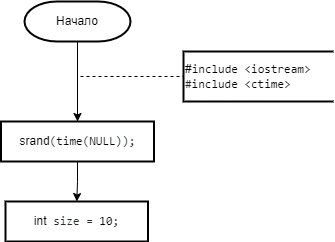
Above: Labs/4 Лаба/№2 Работа с одномерными массивами.png in IlyaFedoseev227/LABS-PNRPU-IVT-22-1b (draw.io), before the change. Source tidied: cells renumbered, new cells last; positions are measured from the earlier drawing's top-left corner, leaving out a move shared by most shapes.
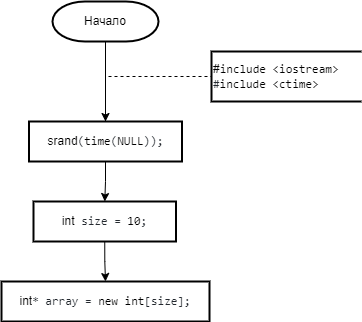
The same file after the commit.

The edit, as a diff of the source:
```diff
@@ -24,8 +24,14 @@
     <mxCell id="7" value="#&lt;span style=&quot;box-sizing: border-box; color: var(--color-prettylights-syntax-keyword); font-family: ui-monospace, SFMono-Regular, &amp;quot;SF Mono&amp;quot;, Menlo, Consolas, &amp;quot;Liberation Mono&amp;quot;, monospace; background-color: rgb(255, 255, 255);&quot; class=&quot;pl-k&quot;&gt;include&lt;/span&gt;&lt;span style=&quot;color: rgb(36, 41, 47); font-family: ui-monospace, SFMono-Regular, &amp;quot;SF Mono&amp;quot;, Menlo, Consolas, &amp;quot;Liberation Mono&amp;quot;, monospace; background-color: rgb(255, 255, 255);&quot;&gt; &lt;/span&gt;&lt;span style=&quot;box-sizing: border-box; color: var(--color-prettylights-syntax-string); font-family: ui-monospace, SFMono-Regular, &amp;quot;SF Mono&amp;quot;, Menlo, Consolas, &amp;quot;Liberation Mono&amp;quot;, monospace; background-color: rgb(255, 255, 255);&quot; class=&quot;pl-s&quot;&gt;&lt;span style=&quot;box-sizing: border-box; color: var(--color-prettylights-syntax-string);&quot; class=&quot;pl-pds&quot;&gt;&amp;lt;&lt;/span&gt;iostream&lt;span style=&quot;box-sizing: border-box; color: var(--color-prettylights-syntax-string);&quot; class=&quot;pl-pds&quot;&gt;&amp;gt;&lt;/span&gt;&lt;/span&gt;&lt;span style=&quot;color: rgb(36, 41, 47); font-family: ui-monospace, SFMono-Regular, &amp;quot;SF Mono&amp;quot;, Menlo, Consolas, &amp;quot;Liberation Mono&amp;quot;, monospace; background-color: rgb(255, 255, 255);&quot;&gt;&lt;br&gt;#&lt;/span&gt;&lt;span style=&quot;box-sizing: border-box; color: var(--color-prettylights-syntax-keyword); font-family: ui-monospace, SFMono-Regular, &amp;quot;SF Mono&amp;quot;, Menlo, Consolas, &amp;quot;Liberation Mono&amp;quot;, monospace; background-color: rgb(255, 255, 255);&quot; class=&quot;pl-k&quot;&gt;include&lt;/span&gt;&lt;span style=&quot;color: rgb(36, 41, 47); font-family: ui-monospace, SFMono-Regular, &amp;quot;SF Mono&amp;quot;, Menlo, Consolas, &amp;quot;Liberation Mono&amp;quot;, monospace; background-color: rgb(255, 255, 255);&quot;&gt; &lt;/span&gt;&lt;span style=&quot;box-sizing: border-box; color: var(--color-prettylights-syntax-string); font-family: ui-monospace, SFMono-Regular, &amp;quot;SF Mono&amp;quot;, Menlo, Consolas, &amp;quot;Liberation Mono&amp;quot;, monospace; background-color: rgb(255, 255, 255);&quot; class=&quot;pl-s&quot;&gt;&lt;span style=&quot;box-sizing: border-box; color: var(--color-prettylights-syntax-string);&quot; class=&quot;pl-pds&quot;&gt;&amp;lt;&lt;/span&gt;ctime&lt;span style=&quot;box-sizing: border-box; color: var(--color-prettylights-syntax-string);&quot; class=&quot;pl-pds&quot;&gt;&amp;gt;&lt;/span&gt;&lt;/span&gt;" style="strokeWidth=2;html=1;shape=mxgraph.flowchart.annotation_1;align=left;" parent="1" vertex="1">
       <mxGeometry x="182" y="50" width="150" height="50" as="geometry" />
     </mxCell>
+    <mxCell id="9" style="edgeStyle=orthogonalEdgeStyle;rounded=0;jettySize=auto;html=1;exitX=0.5;exitY=1;exitDx=0;exitDy=0;" parent="1" edge="1" source="8" target="10">
+      <mxGeometry relative="1" as="geometry" />
+    </mxCell>
     <mxCell id="8" value="int&lt;span style=&quot;color: rgb(36, 41, 47); font-family: ui-monospace, SFMono-Regular, &amp;quot;SF Mono&amp;quot;, Menlo, Consolas, &amp;quot;Liberation Mono&amp;quot;, monospace; text-align: start; background-color: rgb(255, 255, 255);&quot;&gt; size = &lt;/span&gt;&lt;span style=&quot;box-sizing: border-box; color: var(--color-prettylights-syntax-constant); font-family: ui-monospace, SFMono-Regular, &amp;quot;SF Mono&amp;quot;, Menlo, Consolas, &amp;quot;Liberation Mono&amp;quot;, monospace; text-align: start; background-color: rgb(255, 255, 255);&quot; class=&quot;pl-c1&quot;&gt;10&lt;/span&gt;&lt;span style=&quot;color: rgb(36, 41, 47); font-family: ui-monospace, SFMono-Regular, &amp;quot;SF Mono&amp;quot;, Menlo, Consolas, &amp;quot;Liberation Mono&amp;quot;, monospace; text-align: start; background-color: rgb(255, 255, 255);&quot;&gt;;&lt;/span&gt;" style="shape=parallelogram;perimeter=parallelogramPerimeter;whiteSpace=wrap;html=1;fixedSize=1;strokeWidth=2;size=-6;" parent="1" vertex="1">
       <mxGeometry x="4" y="200" width="142.5" height="40" as="geometry" />
     </mxCell>
+    <mxCell id="10" value="int&lt;span style=&quot;color: rgb(36, 41, 47); font-family: ui-monospace, SFMono-Regular, &amp;quot;SF Mono&amp;quot;, Menlo, Consolas, &amp;quot;Liberation Mono&amp;quot;, monospace; text-align: start; background-color: rgb(255, 255, 255);&quot;&gt;* array = &lt;/span&gt;&lt;span style=&quot;box-sizing: border-box; color: var(--color-prettylights-syntax-keyword); font-family: ui-monospace, SFMono-Regular, &amp;quot;SF Mono&amp;quot;, Menlo, Consolas, &amp;quot;Liberation Mono&amp;quot;, monospace; text-align: start; background-color: rgb(255, 255, 255);&quot; class=&quot;pl-k&quot;&gt;new&lt;/span&gt;&lt;span style=&quot;color: rgb(36, 41, 47); font-family: ui-monospace, SFMono-Regular, &amp;quot;SF Mono&amp;quot;, Menlo, Consolas, &amp;quot;Liberation Mono&amp;quot;, monospace; text-align: start; background-color: rgb(255, 255, 255);&quot;&gt; &lt;/span&gt;&lt;span style=&quot;box-sizing: border-box; color: var(--color-prettylights-syntax-keyword); font-family: ui-monospace, SFMono-Regular, &amp;quot;SF Mono&amp;quot;, Menlo, Consolas, &amp;quot;Liberation Mono&amp;quot;, monospace; text-align: start; background-color: rgb(255, 255, 255);&quot; class=&quot;pl-k&quot;&gt;int&lt;/span&gt;&lt;span style=&quot;color: rgb(36, 41, 47); font-family: ui-monospace, SFMono-Regular, &amp;quot;SF Mono&amp;quot;, Menlo, Consolas, &amp;quot;Liberation Mono&amp;quot;, monospace; text-align: start; background-color: rgb(255, 255, 255);&quot;&gt;[size];&lt;/span&gt;" style="shape=parallelogram;perimeter=parallelogramPerimeter;whiteSpace=wrap;html=1;fixedSize=1;strokeWidth=2;size=-6;" parent="1" vertex="1">
+      <mxGeometry x="-28" y="280" width="208" height="40" as="geometry" />
+    </mxCell>
   </root>
 </mxGraphModel>
```
